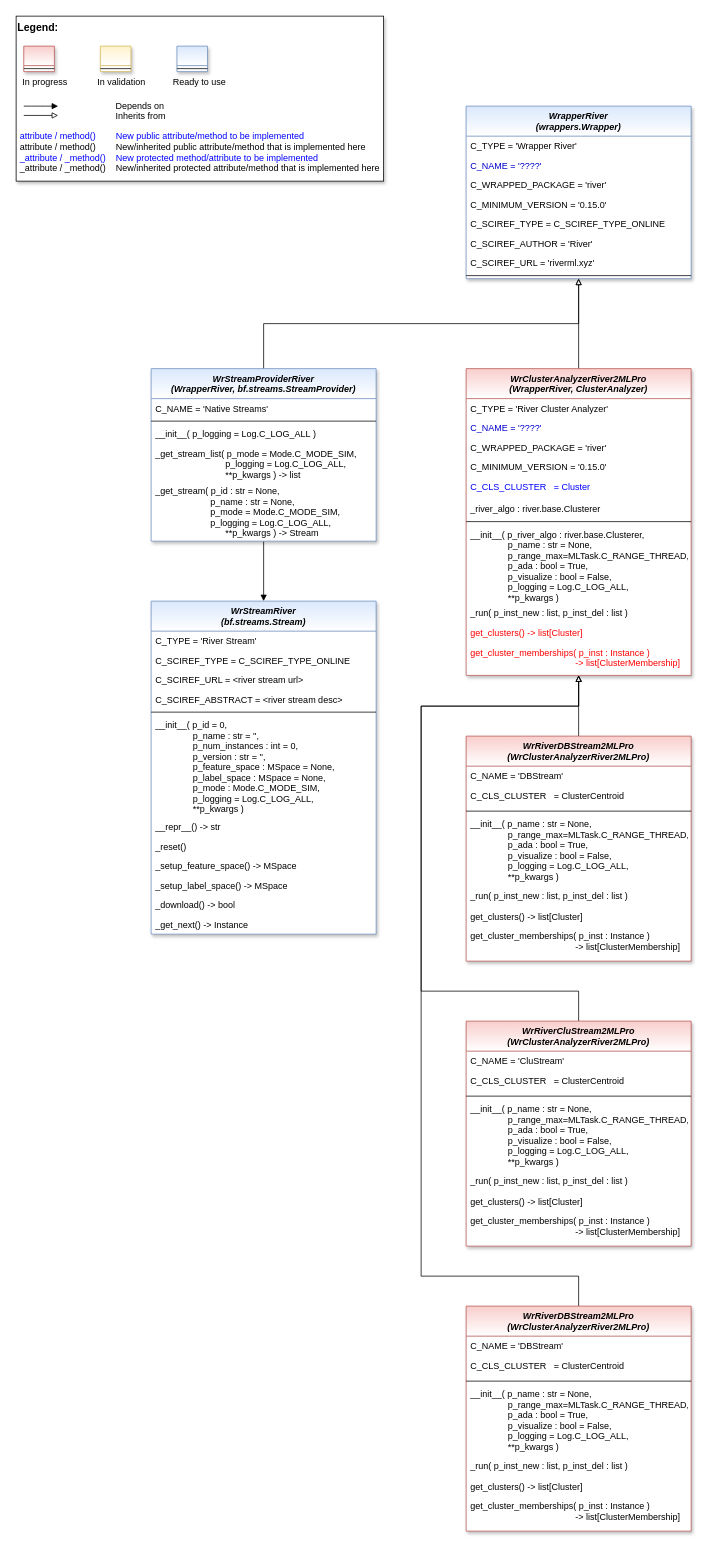
Before: doc/rtd/content/04_appendices/appendix2/sub/wrappers/images/MLPro-Wrappers-River.drawio in fhswf/MLPro, a draw.io diagram. Source tidied: cells renumbered, new cells numbered last; positions are measured from the earlier drawing's top-left corner, leaving out a move shared by most shapes. Both pictures are drawn from the tidied source at 75%, with x=0, y=0 at pixel (16, 16).
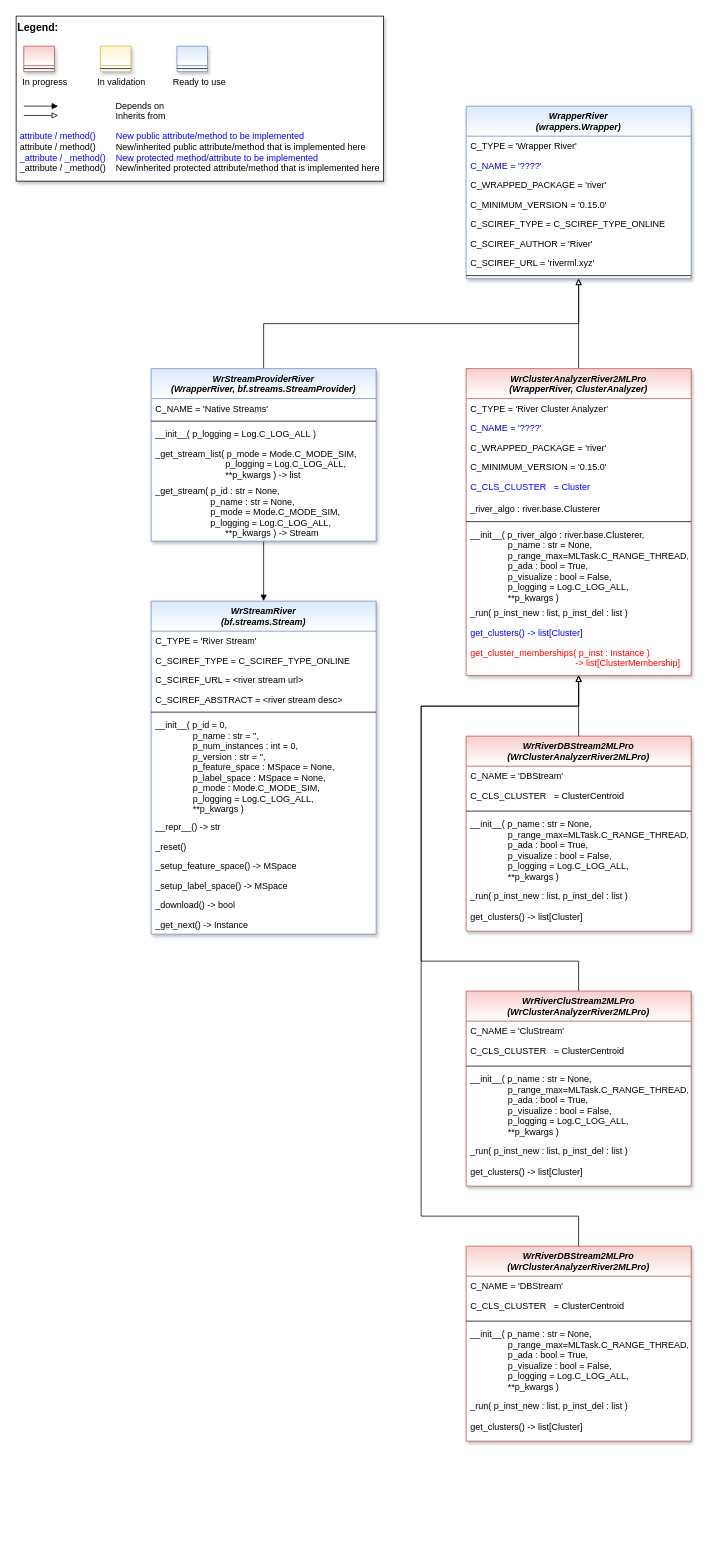
The same diagram, later.

Commit message (it also covers changes not shown here):
WR: Wrapper River 2.0.0 #735

Unchanged cells that the change refers to:
```xml
<mxCell id="22" value="WrClusterAnalyzerRiver2MLPro &#10;(WrapperRiver, ClusterAnalyzer)" style="swimlane;fontStyle=3;align=center;verticalAlign=top;horizontal=1;startSize=40;rounded=0;shadow=1;strokeWidth=1;fillColor=#f8cecc;strokeColor=#b85450;swimlaneFillColor=#ffffff;gradientColor=#FFFFFF;" parent="1" vertex="1">
  <mxGeometry x="600" y="470" width="300" height="409" as="geometry" />
</mxCell>
```

Diff of the diagram source:
```diff
@@
     <mxCell id="12" style="edgeStyle=orthogonalEdgeStyle;rounded=0;jettySize=auto;html=1;fontColor=#0000FF;endArrow=block;endFill=0;" parent="1" edge="1" source="13" target="22">
       <mxGeometry relative="1" as="geometry">
         <Array as="points">
-          <mxPoint x="750" y="1300" />
-          <mxPoint x="540" y="1300" />
+          <mxPoint x="750" y="1260" />
+          <mxPoint x="540" y="1260" />
           <mxPoint x="540" y="920" />
           <mxPoint x="750" y="920" />
         </Array>
       </mxGeometry>
     </mxCell>
     <mxCell id="13" value="WrRiverCluStream2MLPro&#10;(WrClusterAnalyzerRiver2MLPro)" style="swimlane;fontStyle=3;align=center;verticalAlign=top;horizontal=1;startSize=40;rounded=0;shadow=1;strokeWidth=1;fillColor=#f8cecc;strokeColor=#b85450;swimlaneFillColor=#ffffff;gradientColor=#FFFFFF;" parent="1" vertex="1">
-      <mxGeometry x="600" y="1340" width="300" height="300" as="geometry" />
+      <mxGeometry x="600" y="1300" width="300" height="260" as="geometry" />
     </mxCell>
@@
-    <mxCell id="20" value="get_cluster_memberships( p_inst : Instance ) &#10;                                          -&gt; list[ClusterMembership]" style="text;align=left;verticalAlign=top;spacingLeft=4;spacingRight=4;overflow=hidden;fontColor=default;" parent="13" vertex="1">
-      <mxGeometry y="253" width="300" height="39" as="geometry" />
-    </mxCell>
@@
-    <mxCell id="32" value="get_clusters() -&gt; list[Cluster]" style="text;align=left;verticalAlign=top;spacingLeft=4;spacingRight=4;overflow=hidden;fontColor=#FF0000;" parent="22" vertex="1">
+    <mxCell id="32" value="get_clusters() -&gt; list[Cluster]" style="text;align=left;verticalAlign=top;spacingLeft=4;spacingRight=4;overflow=hidden;fontColor=#0000FF;" parent="22" vertex="1">
       <mxGeometry y="339" width="300" height="26" as="geometry" />
     </mxCell>
@@
     <mxCell id="35" value="WrRiverDBStream2MLPro&#10;(WrClusterAnalyzerRiver2MLPro)" style="swimlane;fontStyle=3;align=center;verticalAlign=top;horizontal=1;startSize=40;rounded=0;shadow=1;strokeWidth=1;fillColor=#f8cecc;strokeColor=#b85450;swimlaneFillColor=#ffffff;gradientColor=#FFFFFF;" parent="1" vertex="1">
-      <mxGeometry x="600" y="960" width="300" height="300" as="geometry" />
+      <mxGeometry x="600" y="960" width="300" height="260" as="geometry" />
     </mxCell>
@@
-    <mxCell id="42" value="get_cluster_memberships( p_inst : Instance ) &#10;                                          -&gt; list[ClusterMembership]" style="text;align=left;verticalAlign=top;spacingLeft=4;spacingRight=4;overflow=hidden;fontColor=default;" parent="35" vertex="1">
-      <mxGeometry y="253" width="300" height="39" as="geometry" />
-    </mxCell>
     <mxCell id="43" style="edgeStyle=orthogonalEdgeStyle;rounded=0;jettySize=auto;html=1;fontColor=#0000FF;endArrow=block;endFill=0;" parent="1" edge="1" source="44" target="22">
       <mxGeometry relative="1" as="geometry">
         <Array as="points">
-          <mxPoint x="750" y="1680" />
-          <mxPoint x="540" y="1680" />
+          <mxPoint x="750" y="1600" />
+          <mxPoint x="540" y="1600" />
           <mxPoint x="540" y="920" />
           <mxPoint x="750" y="920" />
         </Array>
       </mxGeometry>
     </mxCell>
     <mxCell id="44" value="WrRiverDBStream2MLPro&#10;(WrClusterAnalyzerRiver2MLPro)" style="swimlane;fontStyle=3;align=center;verticalAlign=top;horizontal=1;startSize=40;rounded=0;shadow=1;strokeWidth=1;fillColor=#f8cecc;strokeColor=#b85450;swimlaneFillColor=#ffffff;gradientColor=#FFFFFF;" parent="1" vertex="1">
-      <mxGeometry x="600" y="1720" width="300" height="300" as="geometry" />
+      <mxGeometry x="600" y="1640" width="300" height="260" as="geometry" />
     </mxCell>
@@
-    <mxCell id="51" value="get_cluster_memberships( p_inst : Instance ) &#10;                                          -&gt; list[ClusterMembership]" style="text;align=left;verticalAlign=top;spacingLeft=4;spacingRight=4;overflow=hidden;fontColor=default;" parent="44" vertex="1">
-      <mxGeometry y="253" width="300" height="39" as="geometry" />
-    </mxCell>
```
